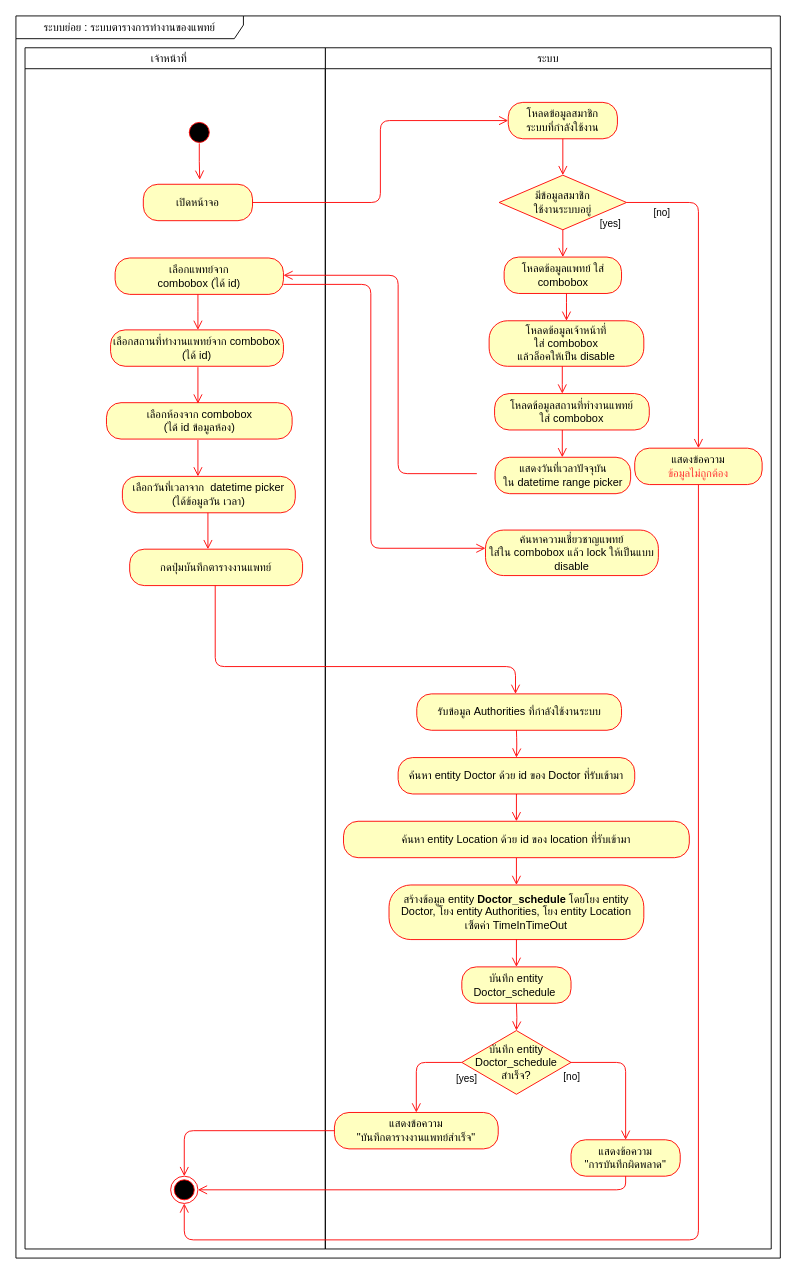
Before: page "activity-2" (6 of 9) of ระบบนัดหมาย.drawio in nunpromporn/DoctorSchedule, a draw.io diagram. Source tidied: cells renumbered, new cells numbered last; positions are measured from the earlier drawing's top-left corner, leaving out a move shared by most shapes. Both pictures are drawn from the tidied source at 91%, with x=0, y=0 at pixel (15, 15).
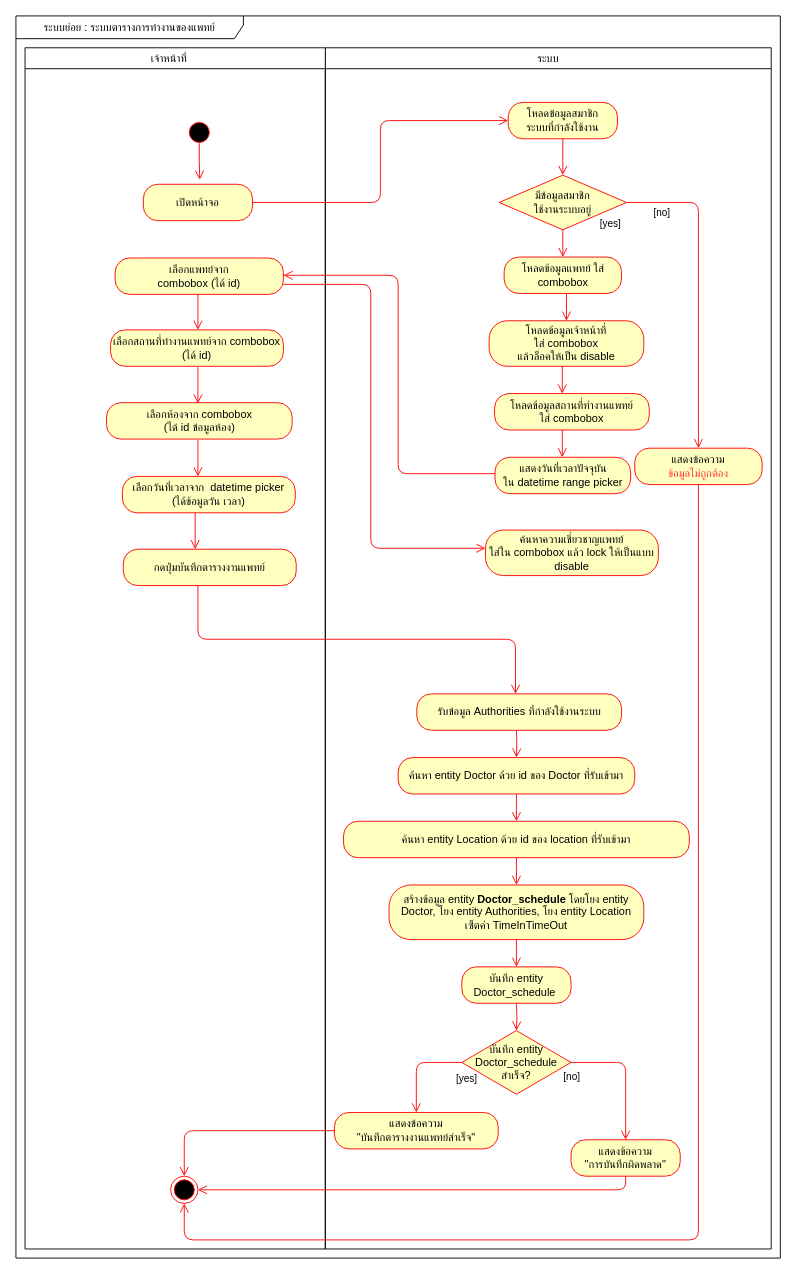
The same page after the edit.

The change refers to these unchanged cells:
```xml
<mxCell id="3" value="ระบบ" style="swimlane;fontStyle=0;" parent="1" vertex="1">
  <mxGeometry x="340" y="35" width="490" height="1320" as="geometry" />
</mxCell>
<mxCell id="8" value="แสดงวันที่เวลาปัจจุบัน&lt;br&gt;ใน datetime range picker" style="rounded=1;whiteSpace=wrap;html=1;arcSize=40;fontColor=#000000;fillColor=#ffffc0;strokeColor=#ff0000;" parent="3" vertex="1">
  <mxGeometry x="186.5" y="450" width="149" height="40" as="geometry" />
</mxCell>
<mxCell id="16" value="รับข้อมูล Authorities ที่กำลังใช้งานระบบ" style="rounded=1;whiteSpace=wrap;html=1;arcSize=40;fontColor=#000000;fillColor=#ffffc0;strokeColor=#ff0000;" parent="3" vertex="1">
  <mxGeometry x="100.5" y="710" width="225" height="40" as="geometry" />
</mxCell>
<mxCell id="18" value="                                         เจ้าหน้าที่" style="swimlane;fontStyle=0;align=left;" parent="3" vertex="1">
  <mxGeometry x="-330" width="330" height="1320" as="geometry" />
</mxCell>
<mxCell id="30" value="เลือกแพทย์จาก&lt;br&gt;combobox (ได้ id)" style="rounded=1;whiteSpace=wrap;html=1;arcSize=40;fontColor=#000000;fillColor=#ffffc0;strokeColor=#ff0000;" parent="1" vertex="1">
  <mxGeometry x="109" y="266" width="185" height="40" as="geometry" />
</mxCell>
```

Change to the diagram source:
```diff
@@
     <mxCell id="19" value="กดปุ่มบันทึกตารางงานแพทย์" style="rounded=1;whiteSpace=wrap;html=1;arcSize=40;fontColor=#000000;fillColor=#ffffc0;strokeColor=#ff0000;" parent="18" vertex="1">
-      <mxGeometry x="115" y="551" width="190" height="40" as="geometry" />
+      <mxGeometry x="108" y="551" width="190" height="40" as="geometry" />
     </mxCell>
@@
     <mxCell id="21" style="edgeStyle=orthogonalEdgeStyle;html=1;verticalAlign=bottom;endArrow=open;endSize=8;strokeColor=#ff0000;rounded=0;" parent="18" edge="1">
       <mxGeometry relative="1" as="geometry">
-        <mxPoint x="201" y="511" as="sourcePoint" />
-        <mxPoint x="201" y="551" as="targetPoint" />
+        <mxPoint x="187" y="511" as="sourcePoint" />
+        <mxPoint x="187" y="551" as="targetPoint" />
+        <Array as="points">
+          <mxPoint x="187" y="530" />
+          <mxPoint x="187" y="530" />
+        </Array>
       </mxGeometry>
     </mxCell>
     <mxCell id="22" style="edgeStyle=orthogonalEdgeStyle;html=1;verticalAlign=bottom;endArrow=open;endSize=8;strokeColor=#ff0000;rounded=1;" parent="3" edge="1" source="19" target="16">
       <mxGeometry relative="1" as="geometry">
         <Array as="points">
-          <mxPoint x="-121" y="680" />
-          <mxPoint x="209" y="680" />
+          <mxPoint x="-140" y="650" />
+          <mxPoint x="209" y="650" />
         </Array>
       </mxGeometry>
     </mxCell>
@@
-    <mxCell id="36" style="edgeStyle=orthogonalEdgeStyle;html=1;verticalAlign=bottom;endArrow=open;endSize=8;strokeColor=#ff0000;rounded=1;exitX=0;exitY=0.5;exitDx=0;exitDy=0;" parent="1" edge="1" target="30">
+    <mxCell id="36" style="edgeStyle=orthogonalEdgeStyle;html=1;verticalAlign=bottom;endArrow=open;endSize=8;strokeColor=#ff0000;rounded=1;" parent="1" edge="1" source="8" target="30">
       <mxGeometry relative="1" as="geometry">
-        <mxPoint x="506.5" y="503" as="sourcePoint" />
         <Array as="points">
           <mxPoint x="420" y="503" />
           <mxPoint x="420" y="285" />
         </Array>
       </mxGeometry>
     </mxCell>
```
